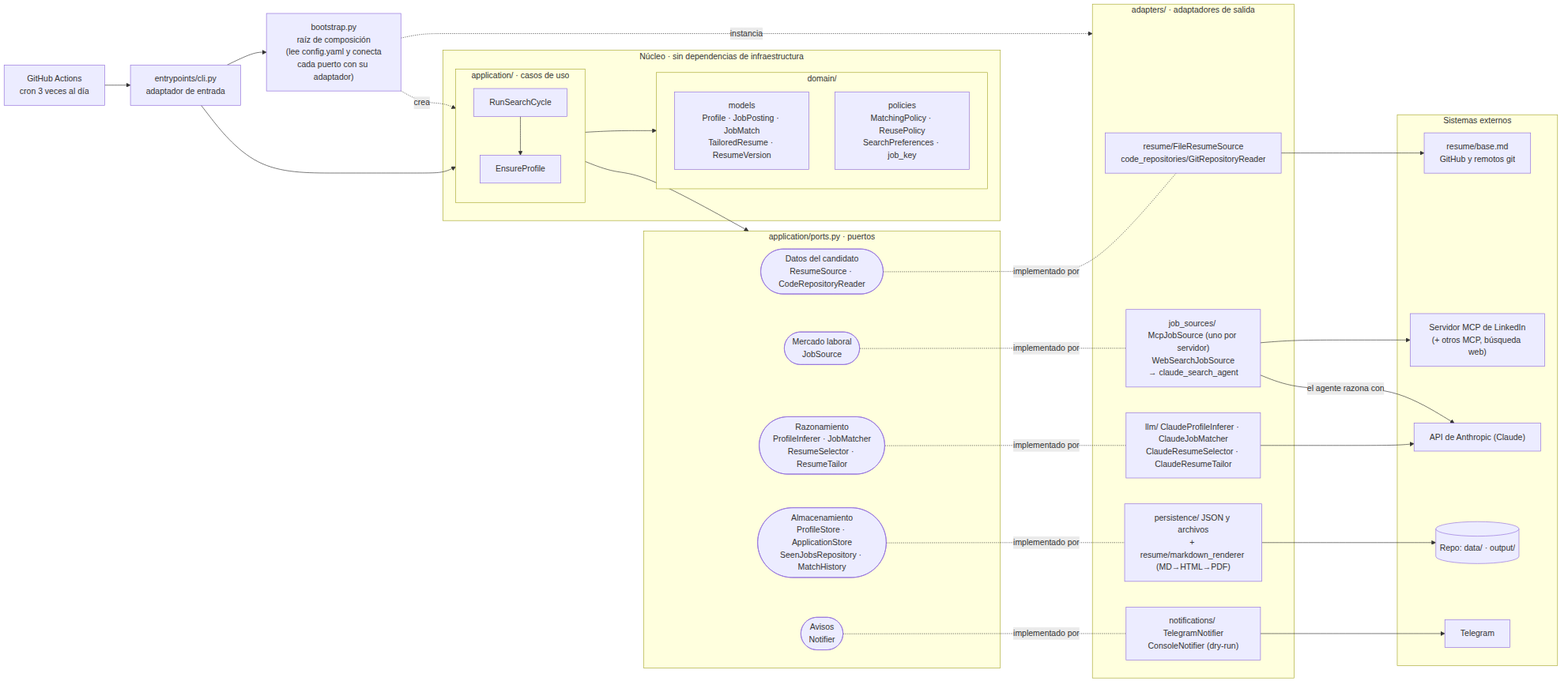
HugoTalledos/job-search keeps this Mermaid diagram as docs/diagramas/componentes.png. Above is the earlier version. Its source is kept beside it as docs/diagramas/componentes.mmd.
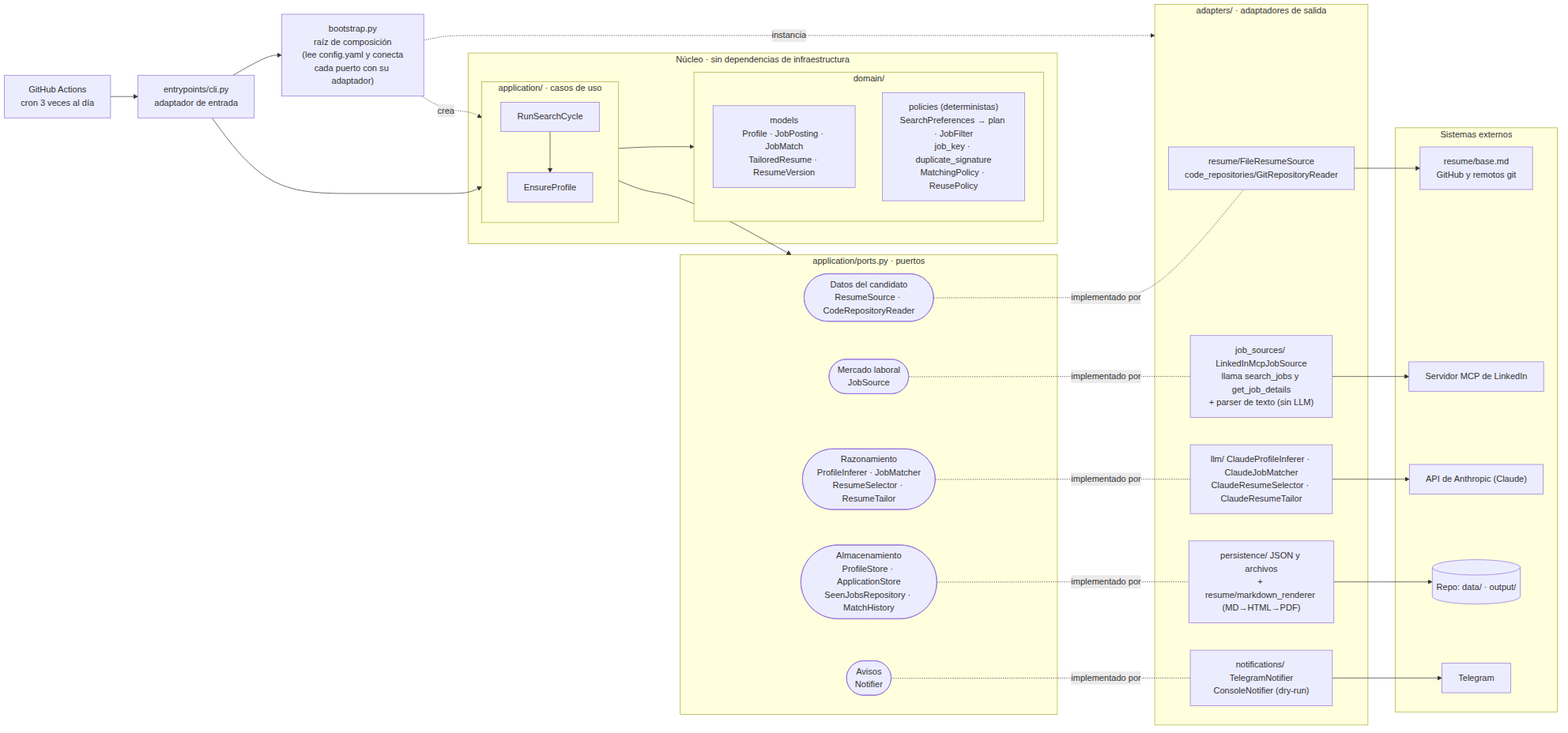
The same diagram one commit later.

Change to the diagram source:
```diff
@@ -13,7 +13,7 @@
         subgraph DOM["domain/"]
             direction TB
             MOD["models<br/>Profile · JobPosting · JobMatch<br/>TailoredResume · ResumeVersion"]
-            POL["policies<br/>MatchingPolicy · ReusePolicy<br/>SearchPreferences · job_key"]
+            POL["policies (deterministas)<br/>SearchPreferences → plan · JobFilter<br/>job_key · duplicate_signature<br/>MatchingPolicy · ReusePolicy"]
         end
     end
 
@@ -29,7 +29,7 @@
     subgraph ADAPTERS["adapters/ · adaptadores de salida"]
         direction TB
         A_CAND["resume/FileResumeSource<br/>code_repositories/GitRepositoryReader"]
-        A_JOB["job_sources/ McpJobSource (uno por servidor)<br/>WebSearchJobSource<br/>→ claude_search_agent"]
+        A_JOB["job_sources/ LinkedInMcpJobSource<br/>llama search_jobs y get_job_details<br/>+ parser de texto (sin LLM)"]
         A_LLM["llm/ ClaudeProfileInferer · ClaudeJobMatcher<br/>ClaudeResumeSelector · ClaudeResumeTailor"]
         A_STO["persistence/ JSON y archivos<br/>+ resume/markdown_renderer (MD→HTML→PDF)"]
         A_NOT["notifications/ TelegramNotifier<br/>ConsoleNotifier (dry-run)"]
@@ -38,7 +38,7 @@
     subgraph EXT["Sistemas externos"]
         direction TB
         E_CAND["resume/base.md<br/>GitHub y remotos git"]
-        E_JOB["Servidor MCP de LinkedIn<br/>(+ otros MCP, búsqueda web)"]
+        E_JOB["Servidor MCP de LinkedIn"]
         E_LLM["API de Anthropic (Claude)"]
         E_STO[("Repo: data/ · output/")]
         E_NOT["Telegram"]
@@ -61,6 +61,5 @@
     A_CAND --> E_CAND
     A_LLM --> E_LLM
     A_JOB --> E_JOB
-    A_JOB -- el agente razona con --> E_LLM
     A_STO --> E_STO
     A_NOT --> E_NOT
```
